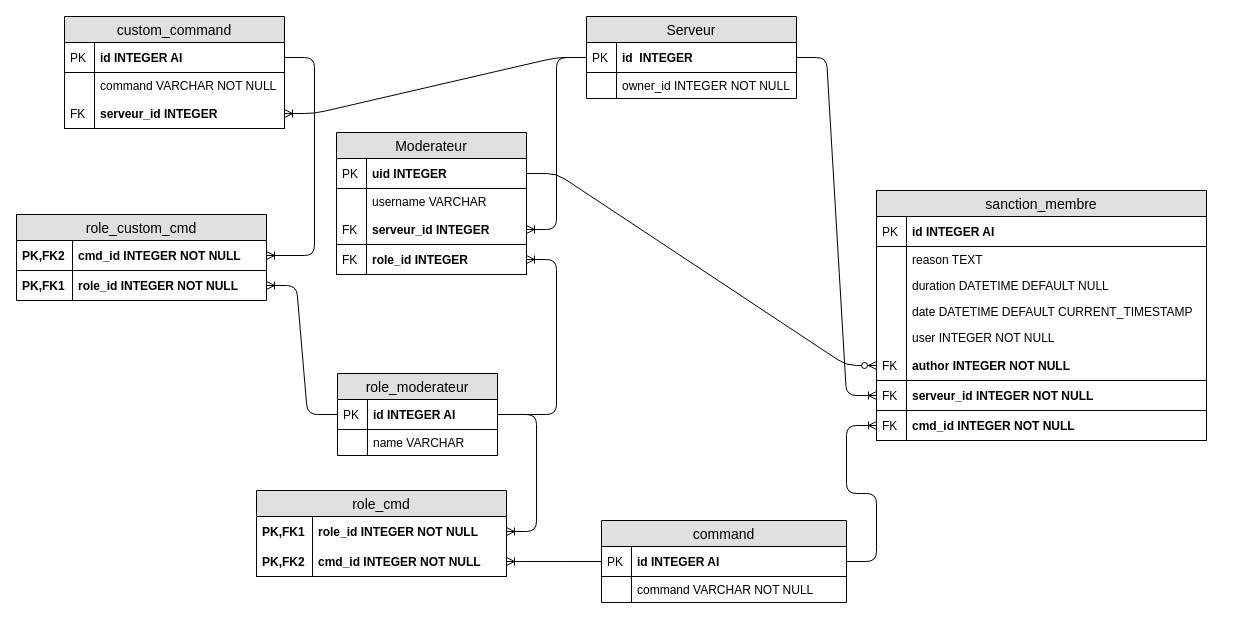
Above: doc/schema_logique.drawio in RomainCtl/discord_project (draw.io), before the change. Source tidied: cells renumbered, new cells numbered last; positions are measured from the earlier drawing's top-left corner, leaving out a move shared by most shapes. Both pictures are drawn from the tidied source at 100%, with x=0, y=0 at pixel (16, 16).
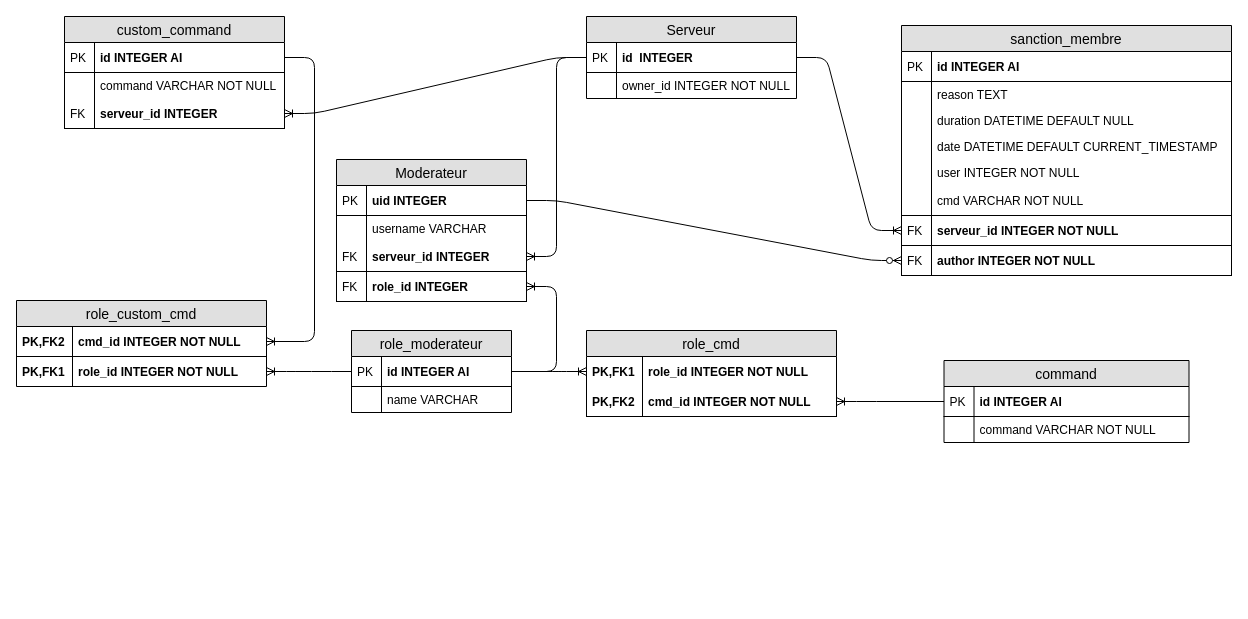
After the change.

The change refers to these unchanged cells:
```xml
<mxCell id="23" value="id INTEGER AI" style="shape=partialRectangle;top=0;left=0;right=0;bottom=1;align=left;verticalAlign=middle;fillColor=none;spacingLeft=34;spacingRight=4;overflow=hidden;points=[[0,0.5],[1,0.5]];portConstraint=eastwest;fontStyle=1;fontSize=12;fontColor=#000000;strokeColor=#000000;" parent="22" vertex="1">
  <mxGeometry y="26" width="245" height="30" as="geometry" />
</mxCell>
```

The edit, as a diff of the source:
```diff
@@
     <mxCell id="7" value="Moderateur" style="swimlane;fontStyle=0;horizontal=1;startSize=26;fillColor=#e0e0e0;swimlaneFillColor=#ffffff;align=center;fontSize=14;strokeColor=#000000;fontColor=#000000;" parent="1" vertex="1">
-      <mxGeometry x="320" y="116" width="190" height="142" as="geometry" />
+      <mxGeometry x="320" y="143" width="190" height="142" as="geometry" />
     </mxCell>
@@
     <mxCell id="17" value="role_moderateur" style="swimlane;fontStyle=0;horizontal=1;startSize=26;fillColor=#e0e0e0;swimlaneFillColor=#ffffff;align=center;fontSize=14;strokeColor=#000000;fontColor=#000000;" parent="1" vertex="1">
-      <mxGeometry x="321" y="357" width="160" height="82" as="geometry" />
+      <mxGeometry x="335" y="314" width="160" height="82" as="geometry" />
     </mxCell>
@@
     <mxCell id="22" value="command" style="swimlane;fontStyle=0;horizontal=1;startSize=26;fillColor=#e0e0e0;swimlaneFillColor=#ffffff;align=center;fontSize=14;strokeColor=#000000;fontColor=#000000;" parent="1" vertex="1">
-      <mxGeometry x="585" y="504" width="245" height="82" as="geometry" />
+      <mxGeometry x="927.5" y="344" width="245" height="82" as="geometry" />
     </mxCell>
@@
     <mxCell id="30" value="sanction_membre" style="swimlane;fontStyle=0;horizontal=1;startSize=26;fillColor=#e0e0e0;swimlaneFillColor=#ffffff;align=center;fontSize=14;strokeColor=#000000;fontColor=#000000;" parent="1" vertex="1">
-      <mxGeometry x="860" y="174" width="330" height="250" as="geometry" />
+      <mxGeometry x="885" y="9" width="330" height="250" as="geometry" />
     </mxCell>
@@
+    <mxCell id="45" value="cmd VARCHAR NOT NULL" style="shape=partialRectangle;top=0;left=0;right=0;bottom=1;align=left;verticalAlign=middle;fillColor=none;spacingLeft=34;spacingRight=4;overflow=hidden;points=[[0,0.5],[1,0.5]];portConstraint=eastwest;fontStyle=0;fontSize=12;fontColor=#000000;strokeColor=#000000;" parent="30" vertex="1">
+      <mxGeometry y="160" width="330" height="30" as="geometry" />
+    </mxCell>
+    <mxCell id="46" style="shape=partialRectangle;top=0;left=0;bottom=0;fillColor=none;align=left;verticalAlign=middle;spacingLeft=4;spacingRight=4;overflow=hidden;fontSize=12;fontColor=#000000;strokeColor=#000000;" parent="45" vertex="1">
+      <mxGeometry width="30" height="30" as="geometry" />
+    </mxCell>
+    <mxCell id="43" value="serveur_id INTEGER NOT NULL" style="shape=partialRectangle;top=0;left=0;right=0;bottom=1;align=left;verticalAlign=middle;fillColor=none;spacingLeft=34;spacingRight=4;overflow=hidden;points=[[0,0.5],[1,0.5]];portConstraint=eastwest;fontStyle=1;fontSize=12;fontColor=#000000;strokeColor=#000000;" parent="30" vertex="1">
+      <mxGeometry y="190" width="330" height="30" as="geometry" />
+    </mxCell>
+    <mxCell id="44" value="FK" style="shape=partialRectangle;top=0;left=0;bottom=0;fillColor=none;align=left;verticalAlign=middle;spacingLeft=4;spacingRight=4;overflow=hidden;fontSize=12;fontColor=#000000;strokeColor=#000000;" parent="43" vertex="1">
+      <mxGeometry width="30" height="30" as="geometry" />
+    </mxCell>
     <mxCell id="41" value="author INTEGER NOT NULL" style="shape=partialRectangle;top=0;left=0;right=0;bottom=1;align=left;verticalAlign=middle;fillColor=none;spacingLeft=34;spacingRight=4;overflow=hidden;points=[[0,0.5],[1,0.5]];portConstraint=eastwest;fontStyle=1;fontSize=12;fontColor=#000000;strokeColor=#000000;" parent="30" vertex="1">
-      <mxGeometry y="160" width="330" height="30" as="geometry" />
+      <mxGeometry y="220" width="330" height="30" as="geometry" />
     </mxCell>
@@
-    <mxCell id="43" value="serveur_id INTEGER NOT NULL" style="shape=partialRectangle;top=0;left=0;right=0;bottom=1;align=left;verticalAlign=middle;fillColor=none;spacingLeft=34;spacingRight=4;overflow=hidden;points=[[0,0.5],[1,0.5]];portConstraint=eastwest;fontStyle=1;fontSize=12;fontColor=#000000;strokeColor=#000000;" parent="30" vertex="1">
-      <mxGeometry y="190" width="330" height="30" as="geometry" />
-    </mxCell>
-    <mxCell id="44" value="FK" style="shape=partialRectangle;top=0;left=0;bottom=0;fillColor=none;align=left;verticalAlign=middle;spacingLeft=4;spacingRight=4;overflow=hidden;fontSize=12;fontColor=#000000;strokeColor=#000000;" parent="43" vertex="1">
-      <mxGeometry width="30" height="30" as="geometry" />
-    </mxCell>
-    <mxCell id="45" value="cmd_id INTEGER NOT NULL" style="shape=partialRectangle;top=0;left=0;right=0;bottom=1;align=left;verticalAlign=middle;fillColor=none;spacingLeft=34;spacingRight=4;overflow=hidden;points=[[0,0.5],[1,0.5]];portConstraint=eastwest;fontStyle=1;fontSize=12;fontColor=#000000;strokeColor=#000000;" parent="30" vertex="1">
-      <mxGeometry y="220" width="330" height="30" as="geometry" />
-    </mxCell>
-    <mxCell id="46" value="FK" style="shape=partialRectangle;top=0;left=0;bottom=0;fillColor=none;align=left;verticalAlign=middle;spacingLeft=4;spacingRight=4;overflow=hidden;fontSize=12;fontColor=#000000;strokeColor=#000000;" parent="45" vertex="1">
-      <mxGeometry width="30" height="30" as="geometry" />
-    </mxCell>
-    <mxCell id="47" style="edgeStyle=entityRelationEdgeStyle;fontSize=12;html=1;endArrow=ERoneToMany;strokeColor=#000000;fontColor=#000000;" parent="1" edge="1" source="23" target="45">
-      <mxGeometry relative="1" as="geometry" />
-    </mxCell>
@@
     <mxCell id="49" value="role_cmd" style="swimlane;fontStyle=0;horizontal=1;startSize=26;fillColor=#e0e0e0;swimlaneFillColor=#ffffff;align=center;fontSize=14;strokeColor=#000000;fontColor=#000000;" parent="1" vertex="1">
-      <mxGeometry x="240" y="474" width="250" height="86" as="geometry" />
+      <mxGeometry x="570" y="314" width="250" height="86" as="geometry" />
     </mxCell>
@@
     <mxCell id="62" value="role_custom_cmd" style="swimlane;fontStyle=0;horizontal=1;startSize=26;fillColor=#e0e0e0;swimlaneFillColor=#ffffff;align=center;fontSize=14;strokeColor=#000000;fontColor=#000000;" parent="1" vertex="1">
-      <mxGeometry y="198" width="250" height="86" as="geometry" />
+      <mxGeometry y="284" width="250" height="86" as="geometry" />
     </mxCell>
```
